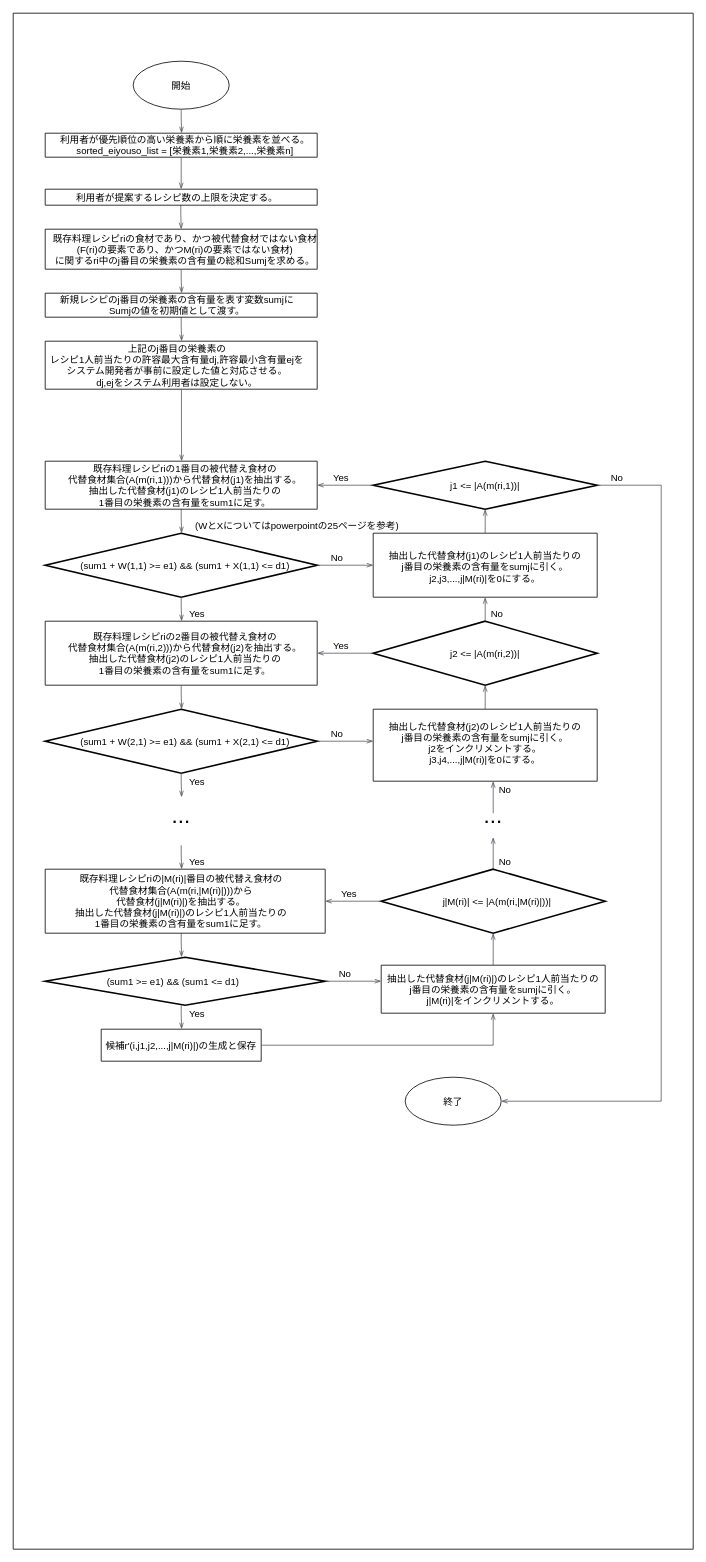
The draw.io diagram 変更後のフロー図.drawio in jokertennis/github-flow-practice, before the edit. Source tidied: cells renumbered, new cells numbered last; positions are measured from the earlier drawing's top-left corner, leaving out a move shared by most shapes. Both pictures are drawn from the tidied source at 80%, with x=0, y=0 at pixel (13, 13).
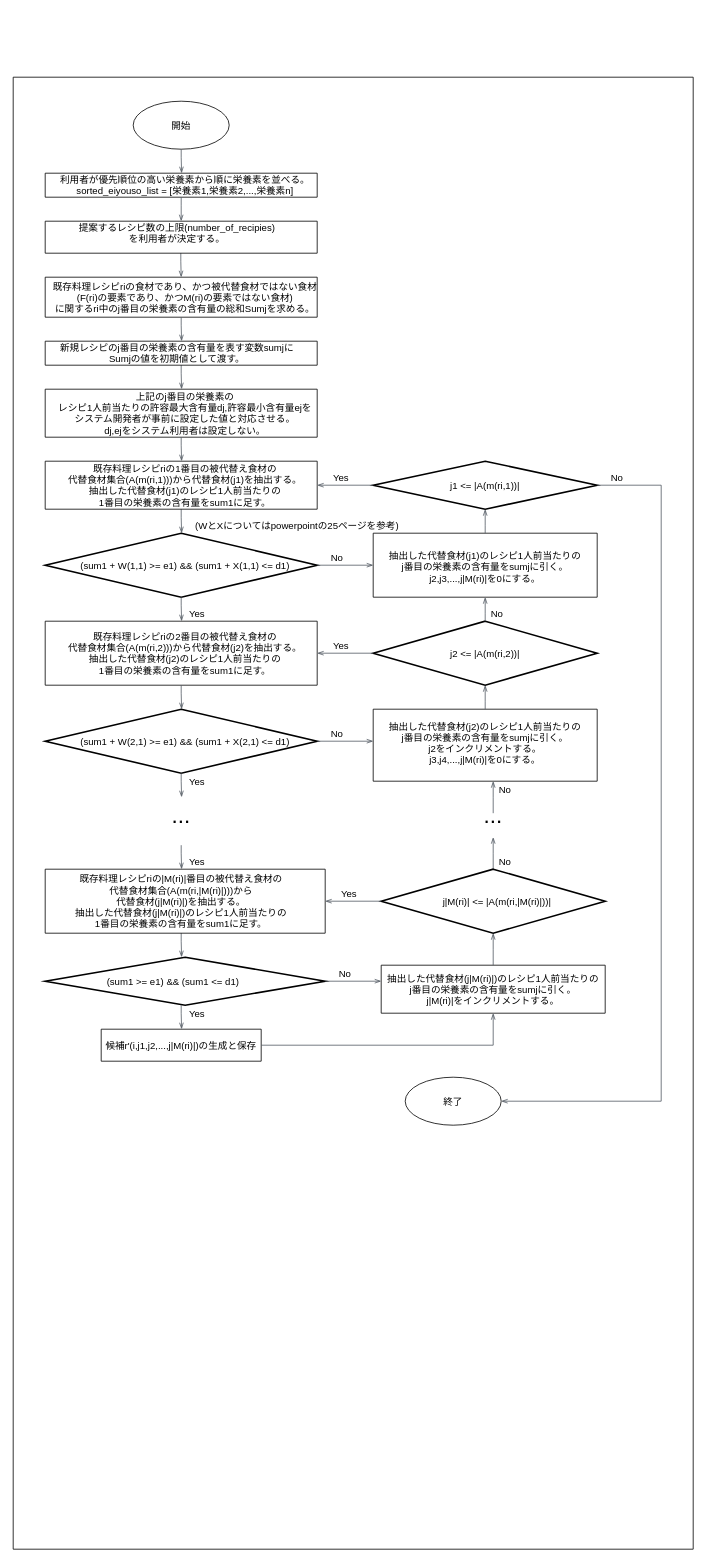
Above is the later version.

Commit message:
Update 変更後のフロー図.drawio

What changed in the source:
```diff
@@
     <mxCell id="2" style="verticalLabelPosition=bottom;verticalAlign=top;html=1;shape=mxgraph.basic.rect;fillColor2=none;strokeWidth=1;size=20;indent=5;" parent="1" vertex="1">
-      <mxGeometry width="850" height="1920" as="geometry" />
+      <mxGeometry y="80" width="850" height="1840" as="geometry" />
     </mxCell>
     <mxCell id="3" style="strokeWidth=1;html=1;shape=mxgraph.flowchart.start_1;whiteSpace=wrap;labelBorderColor=#000000;" parent="1" vertex="1">
-      <mxGeometry x="150" y="60" width="120" height="60" as="geometry" />
+      <mxGeometry x="150" y="110" width="120" height="60" as="geometry" />
     </mxCell>
     <mxCell id="4" value="開始" style="text;align=center;verticalAlign=middle;labelBackgroundColor=#ffffff;labelBorderColor=none;" parent="1" vertex="1">
-      <mxGeometry x="190" y="80" width="40" height="20" as="geometry" />
+      <mxGeometry x="190" y="130" width="40" height="20" as="geometry" />
     </mxCell>
     <mxCell id="5" style="edgeStyle=orthogonalEdgeStyle;html=1;endArrow=openThin;elbow=vertical;startArrow=none;endFill=0;strokeColor=#545B64;rounded=0;" parent="1" edge="1">
       <mxGeometry relative="1" as="geometry">
-        <mxPoint x="209.5" y="240" as="sourcePoint" />
-        <mxPoint x="210" y="270" as="targetPoint" />
+        <mxPoint x="209.5" y="300" as="sourcePoint" />
+        <mxPoint x="210" y="330" as="targetPoint" />
         <Array as="points">
-          <mxPoint x="210" y="250" />
-          <mxPoint x="210" y="250" />
+          <mxPoint x="210" y="310" />
+          <mxPoint x="210" y="310" />
         </Array>
       </mxGeometry>
     </mxCell>
     <mxCell id="6" style="verticalLabelPosition=bottom;verticalAlign=top;html=1;shape=mxgraph.basic.rect;fillColor2=none;strokeWidth=1;size=20;indent=5;rounded=0;labelBackgroundColor=#ffffff;sketch=0;fillColor=none;labelBorderColor=none;" parent="1" vertex="1">
-      <mxGeometry x="40" y="270" width="340" height="50" as="geometry" />
+      <mxGeometry x="40" y="330" width="340" height="50" as="geometry" />
     </mxCell>
     <mxCell id="7" value="既存料理レシピriの食材であり、かつ被代替食材ではない食材&#10;(F(ri)の要素であり、かつM(ri)の要素ではない食材)&#10;に関するri中のj番目の栄養素の含有量の総和Sumjを求める。" style="text;align=center;verticalAlign=middle;" parent="1" vertex="1">
-      <mxGeometry x="40" y="270" width="350" height="50" as="geometry" />
+      <mxGeometry x="40" y="330" width="350" height="50" as="geometry" />
     </mxCell>
@@
     <mxCell id="9" value="上記のj番目の栄養素の&#10;レシピ1人前当たりの許容最大含有量dj,許容最小含有量ejを&#10;システム開発者が事前に設定した値と対応させる。&#10;dj,ejをシステム利用者は設定しない。" style="text;align=center;verticalAlign=middle;" parent="1" vertex="1">
-      <mxGeometry x="40" y="410" width="330" height="60" as="geometry" />
+      <mxGeometry x="50" y="470" width="330" height="60" as="geometry" />
     </mxCell>
     <mxCell id="10" style="verticalLabelPosition=bottom;verticalAlign=top;html=1;shape=mxgraph.basic.rect;fillColor2=none;strokeWidth=1;size=20;indent=5;rounded=0;labelBackgroundColor=#ffffff;sketch=0;fillColor=none;labelBorderColor=none;" parent="1" vertex="1">
-      <mxGeometry x="40" y="410" width="340" height="60" as="geometry" />
+      <mxGeometry x="40" y="470" width="340" height="60" as="geometry" />
     </mxCell>
     <mxCell id="11" value="新規レシピのj番目の栄養素の含有量を表す変数sumjに&#10;Sumjの値を初期値として渡す。" style="text;align=center;verticalAlign=middle;" parent="1" vertex="1">
-      <mxGeometry x="50" y="350" width="310" height="30" as="geometry" />
+      <mxGeometry x="50" y="410" width="310" height="30" as="geometry" />
     </mxCell>
@@
     <mxCell id="44" style="edgeStyle=orthogonalEdgeStyle;html=1;endArrow=openThin;elbow=vertical;startArrow=none;endFill=0;strokeColor=#545B64;rounded=0;" parent="1" edge="1">
       <mxGeometry relative="1" as="geometry">
-        <mxPoint x="210" y="380" as="sourcePoint" />
-        <mxPoint x="210.5" y="410" as="targetPoint" />
+        <mxPoint x="210" y="440" as="sourcePoint" />
+        <mxPoint x="210.5" y="470" as="targetPoint" />
         <Array as="points">
-          <mxPoint x="210.5" y="390" />
-          <mxPoint x="210.5" y="390" />
+          <mxPoint x="210.5" y="450" />
+          <mxPoint x="210.5" y="450" />
         </Array>
       </mxGeometry>
     </mxCell>
@@
-    <mxCell id="56" style="edgeStyle=orthogonalEdgeStyle;html=1;endArrow=openThin;elbow=vertical;startArrow=none;endFill=0;strokeColor=#545B64;rounded=0;exitX=0.501;exitY=1;exitDx=0;exitDy=0;exitPerimeter=0;" parent="1" edge="1" source="10">
-      <mxGeometry relative="1" as="geometry">
-        <mxPoint x="210.5" y="560" as="targetPoint" />
-      </mxGeometry>
-    </mxCell>
@@
     <mxCell id="79" style="edgeStyle=orthogonalEdgeStyle;html=1;endArrow=openThin;elbow=vertical;startArrow=none;endFill=0;strokeColor=#545B64;rounded=0;" parent="1" edge="1">
       <mxGeometry relative="1" as="geometry">
-        <mxPoint x="210" y="120" as="sourcePoint" />
-        <mxPoint x="210.5" y="150" as="targetPoint" />
+        <mxPoint x="210" y="170" as="sourcePoint" />
+        <mxPoint x="210.5" y="200" as="targetPoint" />
         <Array as="points">
-          <mxPoint x="210.5" y="130" />
-          <mxPoint x="210.5" y="130" />
+          <mxPoint x="210.5" y="180" />
+          <mxPoint x="210.5" y="180" />
         </Array>
       </mxGeometry>
     </mxCell>
     <mxCell id="80" style="verticalLabelPosition=bottom;verticalAlign=top;html=1;shape=mxgraph.basic.rect;fillColor2=none;strokeWidth=1;size=20;indent=5;rounded=0;labelBackgroundColor=#ffffff;sketch=0;fillColor=none;labelBorderColor=none;" parent="1" vertex="1">
-      <mxGeometry x="40" y="150" width="340" height="30" as="geometry" />
+      <mxGeometry x="40" y="200" width="340" height="30" as="geometry" />
     </mxCell>
     <mxCell id="81" value="利用者が優先順位の高い栄養素から順に栄養素を並べる。&#10;sorted_eiyouso_list = [栄養素1,栄養素2,...,栄養素n]" style="text;align=center;verticalAlign=middle;strokeColor=none;" parent="1" vertex="1">
-      <mxGeometry x="50" y="150" width="330" height="30" as="geometry" />
+      <mxGeometry x="50" y="200" width="330" height="30" as="geometry" />
     </mxCell>
     <mxCell id="82" style="verticalLabelPosition=bottom;verticalAlign=top;html=1;shape=mxgraph.basic.rect;fillColor2=none;strokeWidth=1;size=20;indent=5;rounded=0;labelBackgroundColor=#ffffff;sketch=0;fillColor=none;labelBorderColor=none;" parent="1" vertex="1">
-      <mxGeometry x="40" y="350" width="340" height="30" as="geometry" />
+      <mxGeometry x="40" y="410" width="340" height="30" as="geometry" />
     </mxCell>
-    <mxCell id="83" value="利用者が提案するレシピ数の上限を決定する。" style="text;align=center;verticalAlign=middle;strokeColor=none;" parent="1" vertex="1">
-      <mxGeometry x="70" y="220" width="270" height="20" as="geometry" />
+    <mxCell id="83" value="提案するレシピ数の上限(number_of_recipies)&#10;を利用者が決定する。" style="text;align=center;verticalAlign=middle;strokeColor=none;" parent="1" vertex="1">
+      <mxGeometry x="75" y="260" width="260" height="30" as="geometry" />
     </mxCell>
     <mxCell id="84" style="edgeStyle=orthogonalEdgeStyle;html=1;endArrow=openThin;elbow=vertical;startArrow=none;endFill=0;strokeColor=#545B64;rounded=0;" parent="1" edge="1">
       <mxGeometry relative="1" as="geometry">
-        <mxPoint x="210" y="320" as="sourcePoint" />
-        <mxPoint x="210.5" y="350" as="targetPoint" />
+        <mxPoint x="210" y="380" as="sourcePoint" />
+        <mxPoint x="210.5" y="410" as="targetPoint" />
         <Array as="points">
-          <mxPoint x="210.5" y="330" />
-          <mxPoint x="210.5" y="330" />
+          <mxPoint x="210.5" y="390" />
+          <mxPoint x="210.5" y="390" />
         </Array>
       </mxGeometry>
     </mxCell>
     <mxCell id="85" style="verticalLabelPosition=bottom;verticalAlign=top;html=1;shape=mxgraph.basic.rect;fillColor2=none;strokeWidth=1;size=20;indent=5;rounded=0;labelBackgroundColor=#ffffff;sketch=0;fillColor=none;labelBorderColor=none;" parent="1" vertex="1">
-      <mxGeometry x="40" y="220" width="340" height="20" as="geometry" />
+      <mxGeometry x="40" y="260" width="340" height="40" as="geometry" />
     </mxCell>
     <mxCell id="86" style="edgeStyle=orthogonalEdgeStyle;html=1;endArrow=openThin;elbow=vertical;startArrow=none;endFill=0;strokeColor=#545B64;rounded=0;" parent="1" edge="1">
       <mxGeometry relative="1" as="geometry">
-        <mxPoint x="210" y="180" as="sourcePoint" />
-        <mxPoint x="210" y="220" as="targetPoint" />
+        <mxPoint x="210" y="230" as="sourcePoint" />
+        <mxPoint x="210" y="260" as="targetPoint" />
         <Array as="points">
-          <mxPoint x="210.5" y="190" />
-          <mxPoint x="210.5" y="190" />
+          <mxPoint x="210.5" y="240" />
+          <mxPoint x="210.5" y="240" />
         </Array>
       </mxGeometry>
     </mxCell>
+    <mxCell id="87" style="edgeStyle=orthogonalEdgeStyle;html=1;endArrow=openThin;elbow=vertical;startArrow=none;endFill=0;strokeColor=#545B64;rounded=0;" parent="1" edge="1">
+      <mxGeometry relative="1" as="geometry">
+        <mxPoint x="210" y="530" as="sourcePoint" />
+        <mxPoint x="210.5" y="560" as="targetPoint" />
+        <Array as="points">
+          <mxPoint x="210" y="540" />
+          <mxPoint x="210" y="540" />
+        </Array>
+      </mxGeometry>
+    </mxCell>
```
